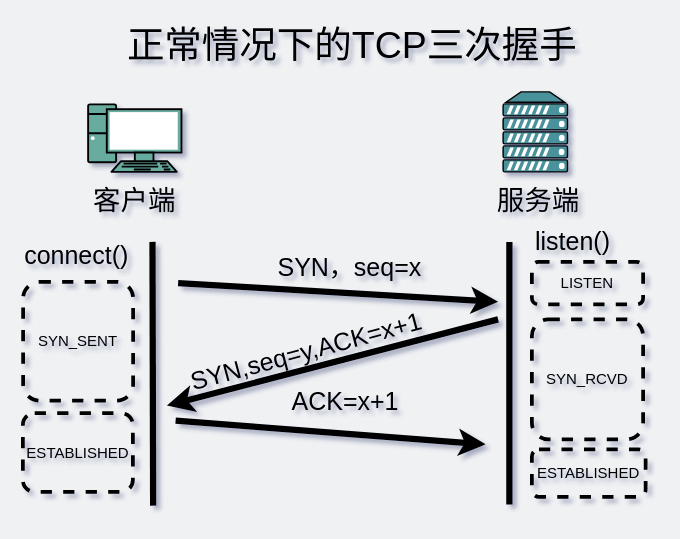
This is network/正常情况下的TCP三次握手.drawio from xiaobaiTech/image, a draw.io file, before an edit. Source tidied: cells renumbered, new cells numbered last; positions are measured from the earlier drawing's top-left corner, leaving out a move shared by most shapes. Both pictures are drawn from the tidied source at 125%, with x=0, y=0 at pixel (22, 26).
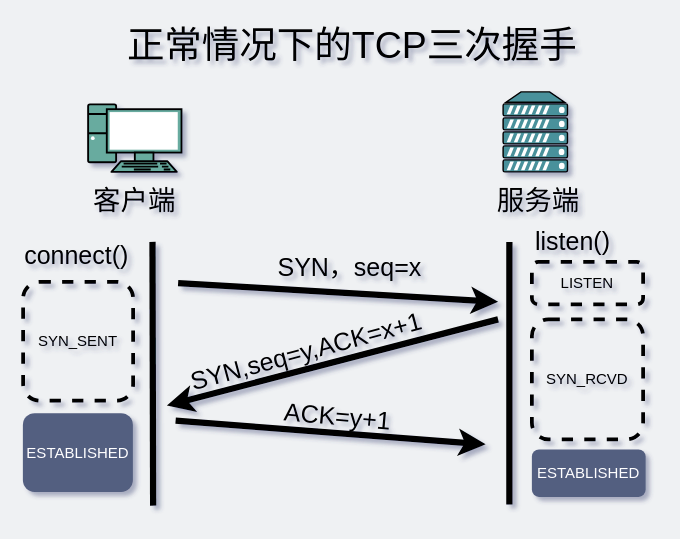
After the change.

Commit message:
Update 正常情况下的TCP三次握手.drawio

Diff of the diagram source:
```diff
@@
-    <mxCell id="17" value="ESTABLISHED" style="rounded=1;whiteSpace=wrap;html=1;strokeColor=#000000;fillColor=none;dashed=1;strokeWidth=3;" parent="1" vertex="1">
+    <mxCell id="17" value="ESTABLISHED" style="rounded=1;whiteSpace=wrap;html=1;dashed=1;strokeWidth=3;strokeColor=none;fillColor=#535E80;fontColor=#FFFFFF;" parent="1" vertex="1">
       <mxGeometry x="407" y="338" width="91" height="38" as="geometry" />
     </mxCell>
-    <mxCell id="18" value="ESTABLISHED" style="rounded=1;whiteSpace=wrap;html=1;strokeColor=#000000;fillColor=none;dashed=1;strokeWidth=3;" parent="1" vertex="1">
+    <mxCell id="18" value="ESTABLISHED" style="rounded=1;whiteSpace=wrap;html=1;dashed=1;strokeWidth=3;fillColor=#535E80;strokeColor=none;fontColor=#FFFFFF;" parent="1" vertex="1">
       <mxGeometry x="-0.2" y="309" width="88" height="63" as="geometry" />
     </mxCell>
@@
-    <mxCell id="20" value="ACK=x+1" style="text;html=1;strokeColor=none;fillColor=none;align=center;verticalAlign=middle;whiteSpace=wrap;rounded=0;dashed=1;fontSize=20;rotation=0;" parent="1" vertex="1">
-      <mxGeometry x="192" y="289" width="132" height="20" as="geometry" />
+    <mxCell id="20" value="ACK=y+1" style="text;html=1;strokeColor=none;fillColor=none;align=center;verticalAlign=middle;whiteSpace=wrap;rounded=0;dashed=1;fontSize=20;rotation=5;" parent="1" vertex="1">
+      <mxGeometry x="186" y="301" width="132" height="20" as="geometry" />
     </mxCell>
```
